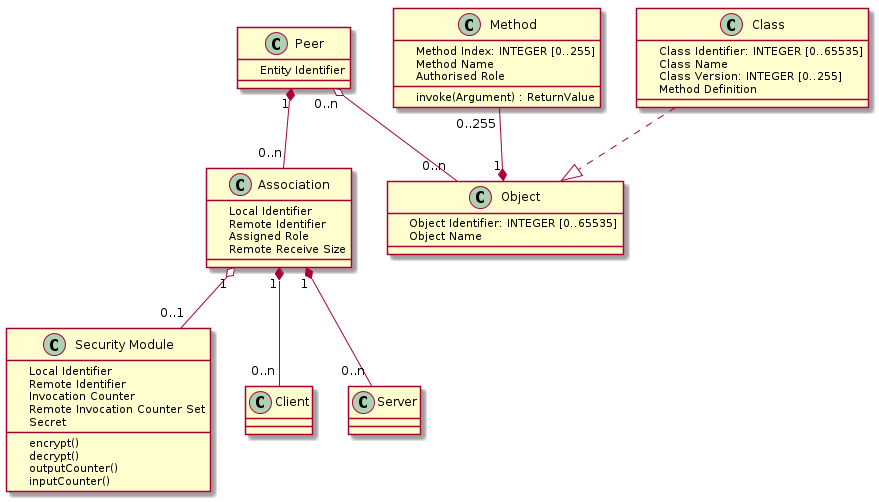
Before: doc/plantuml/pr6_characteristics.png, a diagram exported from PlantUML (cjhdev/pr6). Source of this version:
```plantuml
@startuml

Peer "1" *-- "0..n" Association
Peer "0..n" o-- "0..n" Object

Association "1" o-- "0..1" "Security Module"
Association "1" *-- "0..n" Client
Association "1" *-- "0..n" Server

Method "0..255" --* "1" Object

Class ..|> Object


class Peer {

    Entity Identifier
}

class Association {

    Local Identifier
    Remote Identifier
    Assigned Role
    Remote Receive Size
}

class "Security Module" {

    Local Identifier
    Remote Identifier
    Invocation Counter
    Remote Invocation Counter Set
    Secret

    encrypt()
    decrypt()
    outputCounter()
    inputCounter()
}

class Client {

}
class Server {

}

class Object {

    Object Identifier: INTEGER [0..65535]
    Object Name
}

class Method {

    Method Index: INTEGER [0..255]
    Method Name
    Authorised Role

    invoke(Argument) : ReturnValue
}

class Class {

    Class Identifier: INTEGER [0..65535]
    Class Name
    Class Version: INTEGER [0..255]
    Method Definition
}

@enduml
```
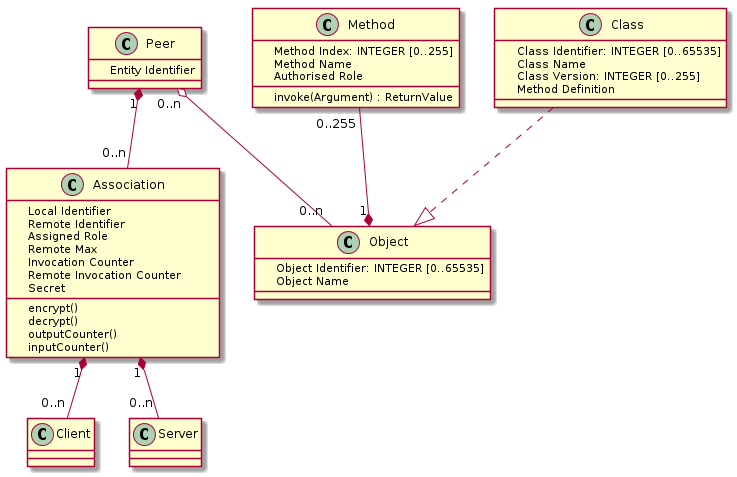
Later version of the same file.

Change to the diagram source:
```diff
@@ -3,14 +3,12 @@
 Peer "1" *-- "0..n" Association
 Peer "0..n" o-- "0..n" Object
 
-Association "1" o-- "0..1" "Security Module"
 Association "1" *-- "0..n" Client
 Association "1" *-- "0..n" Server
 
 Method "0..255" --* "1" Object
 
 Class ..|> Object
-
 
 class Peer {
 
@@ -22,15 +20,9 @@
     Local Identifier
     Remote Identifier
     Assigned Role
-    Remote Receive Size
-}
-
-class "Security Module" {
-
-    Local Identifier
-    Remote Identifier
+    Remote Max
     Invocation Counter
-    Remote Invocation Counter Set
+    Remote Invocation Counter
     Secret
 
     encrypt()
```
